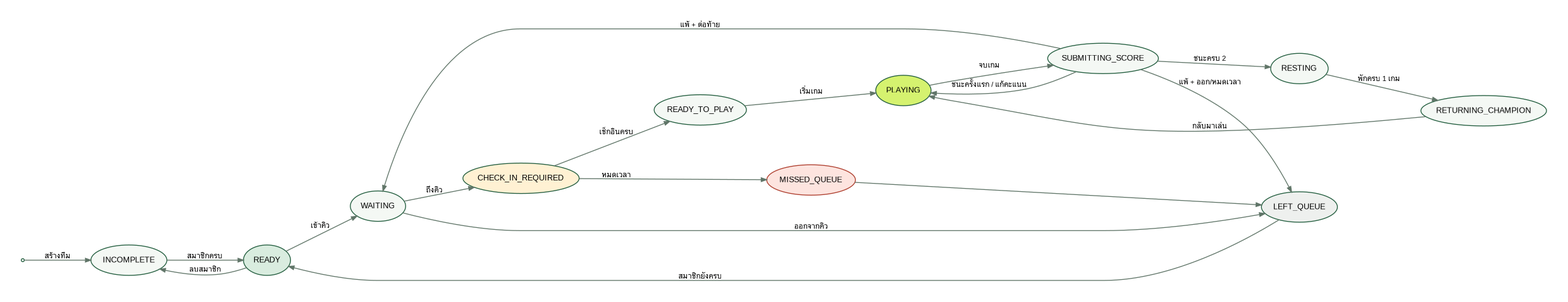
Earlier version of the Mermaid export docs/diagrams/rendered/team-state.png (Nokpednam/MeQ-web-app). Its source is kept beside it as docs/diagrams/team-state.mmd. The source it was exported from:
```mermaid
stateDiagram-v2
  PLAYING --> DECIDING_CONTINUE: first consecutive win
  DECIDING_CONTINUE --> HOLDING_COURT: winner continues
  DECIDING_CONTINUE --> LEFT_QUEUE: winner stops
  PLAYING --> RESTING: second consecutive win
  PLAYING --> DECIDING_REQUEUE: loss
  DECIDING_REQUEUE --> WAITING: requeue
  DECIDING_REQUEUE --> LEFT_QUEUE: leave or timeout
  RESTING --> RETURNING_CHAMPION: rest game completed
  RETURNING_CHAMPION --> PLAYING
  [*] --> INCOMPLETE: สร้างทีม
  INCOMPLETE --> READY: สมาชิกครบ
  READY --> INCOMPLETE: ลบสมาชิก
  READY --> WAITING: เข้าคิวสำเร็จ
  WAITING --> CHECK_IN_REQUIRED: ถึงคิว
  CHECK_IN_REQUIRED --> READY_TO_PLAY: เช็กอินครบ
  CHECK_IN_REQUIRED --> MISSED_QUEUE: หมดเวลา
  READY_TO_PLAY --> PLAYING: เริ่มเกม
  PLAYING --> SUBMITTING_SCORE: จบเกม
  SUBMITTING_SCORE --> PLAYING: คะแนนไม่ผ่านและเปิดแก้ไข
  SUBMITTING_SCORE --> WAITING: แพ้และเลือกต่อท้ายคิว
  SUBMITTING_SCORE --> LEFT_QUEUE: แพ้และออก/หมดเวลา
  SUBMITTING_SCORE --> PLAYING: ชนะครั้งแรกและเล่นต่อ
  SUBMITTING_SCORE --> RESTING: ชนะครบ 2 เกม
  RESTING --> RETURNING_CHAMPION: สนามเดิมเล่นครบ 1 เกม
  RETURNING_CHAMPION --> PLAYING: กลับมาเล่นทันที
  MISSED_QUEUE --> LEFT_QUEUE
  WAITING --> LEFT_QUEUE: ออกจากคิว
  LEFT_QUEUE --> READY: สมาชิกยังครบ
```
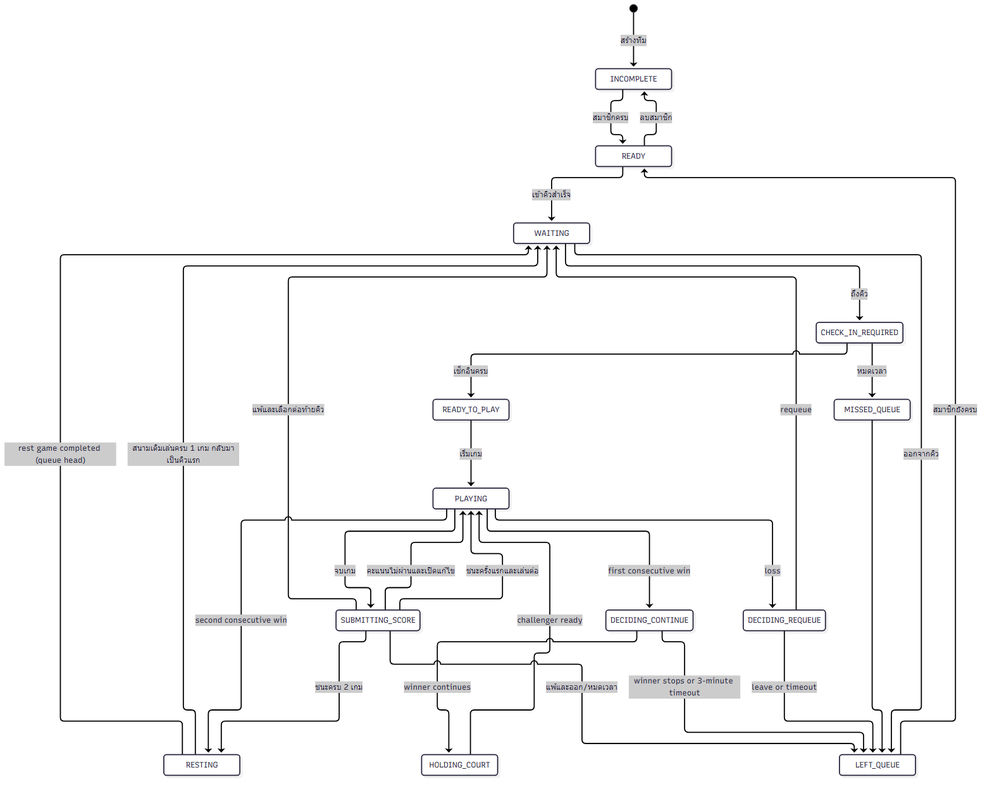
Later version of the same file.

What changed in the source:
```diff
@@ -1,13 +1,13 @@
 stateDiagram-v2
   PLAYING --> DECIDING_CONTINUE: first consecutive win
   DECIDING_CONTINUE --> HOLDING_COURT: winner continues
-  DECIDING_CONTINUE --> LEFT_QUEUE: winner stops
+  DECIDING_CONTINUE --> LEFT_QUEUE: winner stops or 3-minute timeout
+  HOLDING_COURT --> PLAYING: challenger ready
   PLAYING --> RESTING: second consecutive win
   PLAYING --> DECIDING_REQUEUE: loss
   DECIDING_REQUEUE --> WAITING: requeue
   DECIDING_REQUEUE --> LEFT_QUEUE: leave or timeout
-  RESTING --> RETURNING_CHAMPION: rest game completed
-  RETURNING_CHAMPION --> PLAYING
+  RESTING --> WAITING: rest game completed (queue head)
   [*] --> INCOMPLETE: สร้างทีม
   INCOMPLETE --> READY: สมาชิกครบ
   READY --> INCOMPLETE: ลบสมาชิก
@@ -22,8 +22,7 @@
   SUBMITTING_SCORE --> LEFT_QUEUE: แพ้และออก/หมดเวลา
   SUBMITTING_SCORE --> PLAYING: ชนะครั้งแรกและเล่นต่อ
   SUBMITTING_SCORE --> RESTING: ชนะครบ 2 เกม
-  RESTING --> RETURNING_CHAMPION: สนามเดิมเล่นครบ 1 เกม
-  RETURNING_CHAMPION --> PLAYING: กลับมาเล่นทันที
+  RESTING --> WAITING: สนามเดิมเล่นครบ 1 เกม กลับมาเป็นคิวแรก
   MISSED_QUEUE --> LEFT_QUEUE
   WAITING --> LEFT_QUEUE: ออกจากคิว
   LEFT_QUEUE --> READY: สมาชิกยังครบ
```
